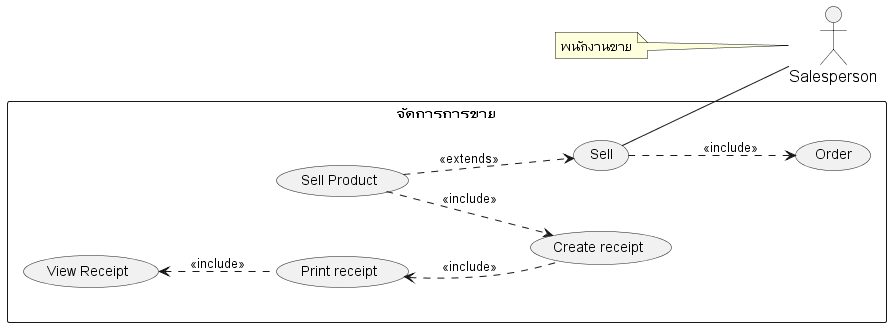
This is out/system-analysis/usecase/_7_usecase-sell/_7_usecase-sell.png from billowdev/inventory-system-plantuml-sequelize-seeder-example, a PlantUML export, as it was before one commit.
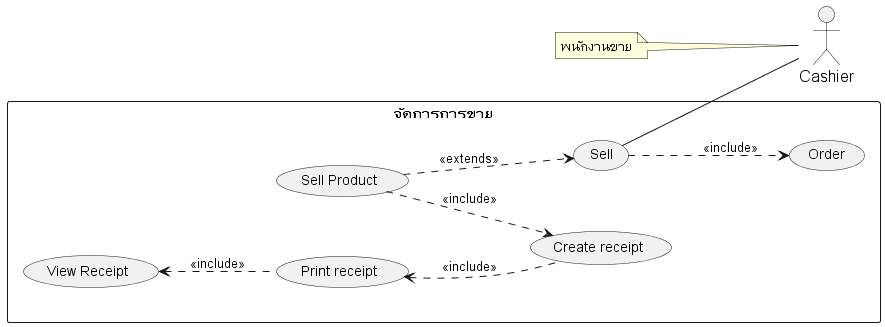
The same file after the commit.

Diff of the diagram source:
```diff
@@ -18,8 +18,8 @@
 }
 
 
-actor Salesperson as actorSalesperson
-note left of actorSalesperson : พนักงานขาย
+actor Cashier as actorCashier
+note left of actorCashier : พนักงานขาย
 
 rectangle "จัดการการขาย" as manageSale {
 
@@ -38,7 +38,7 @@
     (usecaseSellProduct)  ..> (usecaseCreateReceipt) : <<include>>
     (usecaseSell)  ..> (usecaseOrder) : <<include>>
 
-     (usecaseSell) -- actorSalesperson
+     (usecaseSell) -- actorCashier
 
     (usecaseCreateReceipt) .up.> (usecasePrintReceipt) : <<include>>
     (usecaseViewReceipt)  <..   (usecasePrintReceipt): <<include>>
```
